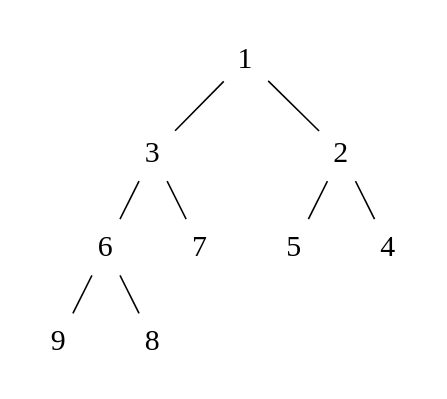
Earlier version of the draw.io diagram 7/7-1.drawio (Wankupi/figures). Source tidied: cells renumbered, new cells numbered last; positions are measured from the earlier drawing's top-left corner, leaving out a move shared by most shapes. Both pictures are drawn from the tidied source at 157%, with x=0, y=0 at pixel (27, 27).
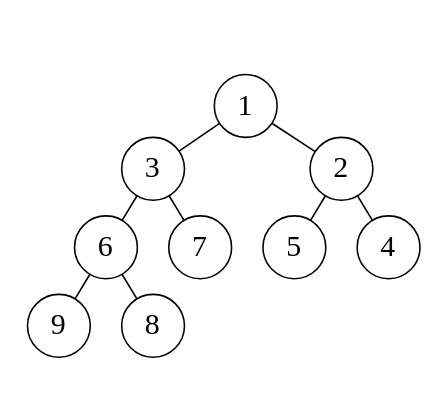
Above is the later version.

What changed in the source:
```diff
@@
 <mxGraphModel>
   <root>
     <mxCell id="0" />
     <mxCell id="1" parent="0" />
     <mxCell id="2" style="rounded=0;jettySize=auto;html=1;endArrow=none;endFill=0;" parent="1" edge="1" source="4" target="7">
       <mxGeometry relative="1" as="geometry" />
     </mxCell>
     <mxCell id="3" style="edgeStyle=none;shape=connector;rounded=0;jettySize=auto;html=1;labelBackgroundColor=default;strokeColor=default;align=center;verticalAlign=middle;fontFamily=Helvetica;fontSize=11;fontColor=default;endArrow=none;endFill=0;" parent="1" edge="1" source="4" target="10">
       <mxGeometry relative="1" as="geometry" />
     </mxCell>
-    <mxCell id="4" value="1" style="ellipse;whiteSpace=wrap;html=1;fontFamily=Times New Roman;fontSize=19;fillColor=none;strokeColor=none;" parent="1" vertex="1">
-      <mxGeometry x="119" width="40" height="40" as="geometry" />
+    <mxCell id="4" value="1" style="ellipse;whiteSpace=wrap;html=1;fontFamily=Times New Roman;fontSize=19;fillColor=default;strokeColor=default;" parent="1" vertex="1">
+      <mxGeometry x="119" y="30" width="40" height="40" as="geometry" />
     </mxCell>
     <mxCell id="5" style="edgeStyle=none;shape=connector;rounded=0;jettySize=auto;html=1;labelBackgroundColor=default;strokeColor=default;align=center;verticalAlign=middle;fontFamily=Helvetica;fontSize=11;fontColor=default;endArrow=none;endFill=0;" parent="1" edge="1" source="7" target="15">
       <mxGeometry relative="1" as="geometry" />
     </mxCell>
     <mxCell id="6" style="edgeStyle=none;shape=connector;rounded=0;jettySize=auto;html=1;labelBackgroundColor=default;strokeColor=default;align=center;verticalAlign=middle;fontFamily=Helvetica;fontSize=11;fontColor=default;endArrow=none;endFill=0;" parent="1" edge="1" source="7" target="11">
       <mxGeometry relative="1" as="geometry" />
     </mxCell>
-    <mxCell id="7" value="3" style="ellipse;whiteSpace=wrap;html=1;fontFamily=Times New Roman;fontSize=19;fillColor=none;strokeColor=none;" parent="1" vertex="1">
-      <mxGeometry x="60" y="60" width="40" height="40" as="geometry" />
+    <mxCell id="7" value="3" style="ellipse;whiteSpace=wrap;html=1;fontFamily=Times New Roman;fontSize=19;fillColor=default;strokeColor=default;" parent="1" vertex="1">
+      <mxGeometry x="60" y="70" width="40" height="40" as="geometry" />
     </mxCell>
     <mxCell id="8" style="edgeStyle=none;shape=connector;rounded=0;jettySize=auto;html=1;labelBackgroundColor=default;strokeColor=default;align=center;verticalAlign=middle;fontFamily=Helvetica;fontSize=11;fontColor=default;endArrow=none;endFill=0;" parent="1" edge="1" source="10" target="12">
       <mxGeometry relative="1" as="geometry" />
     </mxCell>
     <mxCell id="9" style="edgeStyle=none;shape=connector;rounded=0;jettySize=auto;html=1;labelBackgroundColor=default;strokeColor=default;align=center;verticalAlign=middle;fontFamily=Helvetica;fontSize=11;fontColor=default;endArrow=none;endFill=0;" parent="1" edge="1" source="10" target="16">
       <mxGeometry relative="1" as="geometry" />
     </mxCell>
-    <mxCell id="10" value="2" style="ellipse;whiteSpace=wrap;html=1;fontFamily=Times New Roman;fontSize=19;fillColor=none;strokeColor=none;" parent="1" vertex="1">
-      <mxGeometry x="180" y="60" width="40" height="40" as="geometry" />
+    <mxCell id="10" value="2" style="ellipse;whiteSpace=wrap;html=1;fontFamily=Times New Roman;fontSize=19;fillColor=default;strokeColor=default;" parent="1" vertex="1">
+      <mxGeometry x="180" y="70" width="40" height="40" as="geometry" />
     </mxCell>
-    <mxCell id="11" value="7" style="ellipse;whiteSpace=wrap;html=1;fontFamily=Times New Roman;fontSize=19;fillColor=none;strokeColor=none;" parent="1" vertex="1">
+    <mxCell id="11" value="7" style="ellipse;whiteSpace=wrap;html=1;fontFamily=Times New Roman;fontSize=19;fillColor=default;strokeColor=default;" parent="1" vertex="1">
       <mxGeometry x="90" y="120" width="40" height="40" as="geometry" />
     </mxCell>
-    <mxCell id="12" value="5" style="ellipse;whiteSpace=wrap;html=1;fontFamily=Times New Roman;fontSize=19;fillColor=none;strokeColor=none;" parent="1" vertex="1">
+    <mxCell id="12" value="5" style="ellipse;whiteSpace=wrap;html=1;fontFamily=Times New Roman;fontSize=19;fillColor=default;strokeColor=default;" parent="1" vertex="1">
       <mxGeometry x="150" y="120" width="40" height="40" as="geometry" />
     </mxCell>
     <mxCell id="13" style="edgeStyle=none;shape=connector;rounded=0;jettySize=auto;html=1;labelBackgroundColor=default;strokeColor=default;align=center;verticalAlign=middle;fontFamily=Helvetica;fontSize=11;fontColor=default;endArrow=none;endFill=0;" parent="1" edge="1" source="15" target="17">
       <mxGeometry relative="1" as="geometry" />
     </mxCell>
     <mxCell id="14" style="edgeStyle=none;shape=connector;rounded=0;jettySize=auto;html=1;labelBackgroundColor=default;strokeColor=default;align=center;verticalAlign=middle;fontFamily=Helvetica;fontSize=11;fontColor=default;endArrow=none;endFill=0;" parent="1" edge="1" source="15" target="18">
       <mxGeometry relative="1" as="geometry" />
     </mxCell>
-    <mxCell id="15" value="6" style="ellipse;whiteSpace=wrap;html=1;fontFamily=Times New Roman;fontSize=19;fillColor=none;strokeColor=none;" parent="1" vertex="1">
+    <mxCell id="15" value="6" style="ellipse;whiteSpace=wrap;html=1;fontFamily=Times New Roman;fontSize=19;fillColor=default;strokeColor=default;" parent="1" vertex="1">
       <mxGeometry x="30" y="120" width="40" height="40" as="geometry" />
     </mxCell>
-    <mxCell id="16" value="4" style="ellipse;whiteSpace=wrap;html=1;fontFamily=Times New Roman;fontSize=19;fillColor=none;strokeColor=none;" parent="1" vertex="1">
+    <mxCell id="16" value="4" style="ellipse;whiteSpace=wrap;html=1;fontFamily=Times New Roman;fontSize=19;fillColor=default;strokeColor=default;" parent="1" vertex="1">
       <mxGeometry x="210" y="120" width="40" height="40" as="geometry" />
     </mxCell>
-    <mxCell id="17" value="9" style="ellipse;whiteSpace=wrap;html=1;fontFamily=Times New Roman;fontSize=19;fillColor=none;strokeColor=none;" parent="1" vertex="1">
-      <mxGeometry y="180" width="40" height="40" as="geometry" />
+    <mxCell id="17" value="9" style="ellipse;whiteSpace=wrap;html=1;fontFamily=Times New Roman;fontSize=19;fillColor=default;strokeColor=default;" parent="1" vertex="1">
+      <mxGeometry y="170" width="40" height="40" as="geometry" />
     </mxCell>
-    <mxCell id="18" value="8" style="ellipse;whiteSpace=wrap;html=1;fontFamily=Times New Roman;fontSize=19;fillColor=none;strokeColor=none;" parent="1" vertex="1">
-      <mxGeometry x="60" y="180" width="40" height="40" as="geometry" />
+    <mxCell id="18" value="8" style="ellipse;whiteSpace=wrap;html=1;fontFamily=Times New Roman;fontSize=19;fillColor=default;strokeColor=default;" parent="1" vertex="1">
+      <mxGeometry x="60" y="170" width="40" height="40" as="geometry" />
     </mxCell>
   </root>
 </mxGraphModel>
```
